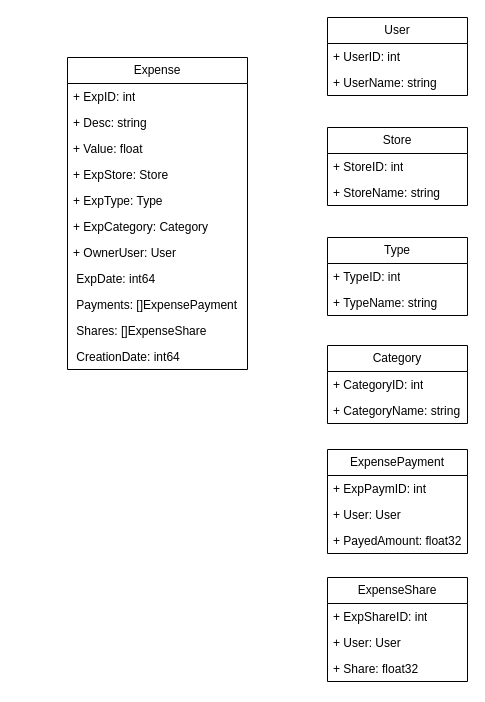
Earlier version of the draw.io diagram expensesModule.drawio (ESilva15/ExpSplitter). Source tidied: cells renumbered, new cells numbered last; positions are measured from the earlier drawing's top-left corner, leaving out a move shared by most shapes. Both pictures are drawn from the tidied source at 100%, with x=0, y=0 at pixel (67, 17).
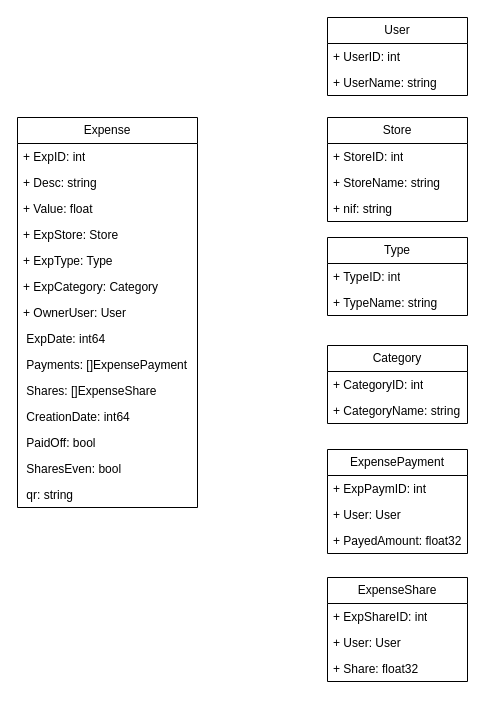
Above is the later version.

Diff of the diagram source:
```diff
@@
     <mxCell id="2" value="Expense" style="swimlane;fontStyle=0;horizontal=1;startSize=26;fillColor=none;whiteSpace=wrap;html=1;" parent="1" vertex="1">
-      <mxGeometry y="40" width="180" height="312" as="geometry" />
+      <mxGeometry x="-50" y="100" width="180" height="390" as="geometry" />
     </mxCell>
@@
+    <mxCell id="34" value="&amp;nbsp;CreationDate: int64" style="text;strokeColor=none;fillColor=none;align=left;verticalAlign=top;spacingLeft=4;spacingRight=4;overflow=hidden;whiteSpace=wrap;html=1;" parent="2" vertex="1">
+      <mxGeometry y="286" width="180" height="26" as="geometry" />
+    </mxCell>
+    <mxCell id="35" value="&amp;nbsp;PaidOff: bool" style="text;strokeColor=none;fillColor=none;align=left;verticalAlign=top;spacingLeft=4;spacingRight=4;overflow=hidden;whiteSpace=wrap;html=1;" parent="2" vertex="1">
+      <mxGeometry y="312" width="180" height="26" as="geometry" />
+    </mxCell>
+    <mxCell id="36" value="&amp;nbsp;SharesEven: bool" style="text;strokeColor=none;fillColor=none;align=left;verticalAlign=top;spacingLeft=4;spacingRight=4;overflow=hidden;whiteSpace=wrap;html=1;" parent="2" vertex="1">
+      <mxGeometry y="338" width="180" height="26" as="geometry" />
+    </mxCell>
-    <mxCell id="13" value="&amp;nbsp;CreationDate: int64" style="text;strokeColor=none;fillColor=none;align=left;verticalAlign=top;spacingLeft=4;spacingRight=4;overflow=hidden;whiteSpace=wrap;html=1;" parent="2" vertex="1">
-      <mxGeometry y="286" width="180" height="26" as="geometry" />
+    <mxCell id="13" value="&amp;nbsp;qr: string" style="text;strokeColor=none;fillColor=none;align=left;verticalAlign=top;spacingLeft=4;spacingRight=4;overflow=hidden;whiteSpace=wrap;html=1;" parent="2" vertex="1">
+      <mxGeometry y="364" width="180" height="26" as="geometry" />
     </mxCell>
     <mxCell id="14" value="Store" style="swimlane;fontStyle=0;horizontal=1;startSize=26;fillColor=none;whiteSpace=wrap;html=1;" parent="1" vertex="1">
-      <mxGeometry x="260" y="110" width="140" height="78" as="geometry" />
+      <mxGeometry x="260" y="100" width="140" height="104" as="geometry" />
     </mxCell>
@@
+    <mxCell id="37" value="+ nif: string" style="text;strokeColor=none;fillColor=none;align=left;verticalAlign=top;spacingLeft=4;spacingRight=4;overflow=hidden;whiteSpace=wrap;html=1;" parent="14" vertex="1">
+      <mxGeometry y="78" width="140" height="26" as="geometry" />
+    </mxCell>
```
